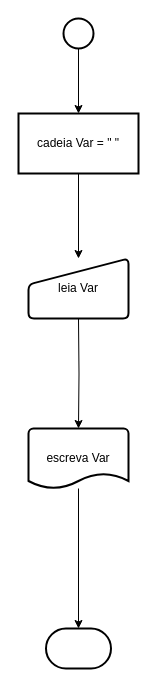
rafaelengineer/Curso_Logica_Acc keeps this draw.io diagram as Ex.1.drawio. Above is the earlier version. Source tidied: cells renumbered, new cells numbered last; positions are measured from the earlier drawing's top-left corner, leaving out a move shared by most shapes. Both pictures are drawn from the tidied source at 100%, with x=0, y=0 at pixel (18, 18).
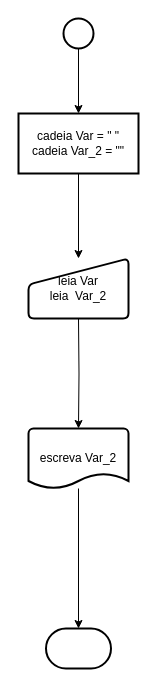
The same page after the edit.

Change to the diagram source:
```diff
@@
 <mxGraphModel>
   <root>
     <mxCell id="0" />
     <mxCell id="1" parent="0" />
     <mxCell id="2" style="edgeStyle=orthogonalEdgeStyle;rounded=0;jettySize=auto;html=1;" parent="1" edge="1" source="3" target="9">
       <mxGeometry relative="1" as="geometry" />
     </mxCell>
     <mxCell id="3" style="strokeWidth=2;html=1;shape=mxgraph.flowchart.start_2;whiteSpace=wrap;" parent="1" vertex="1">
       <mxGeometry x="45" width="30" height="30" as="geometry" />
     </mxCell>
     <mxCell id="4" style="strokeWidth=2;html=1;shape=mxgraph.flowchart.terminator;whiteSpace=wrap;" parent="1" vertex="1">
       <mxGeometry x="27.5" y="610" width="65" height="40" as="geometry" />
     </mxCell>
-    <mxCell id="5" value="escreva Var" style="strokeWidth=2;html=1;shape=mxgraph.flowchart.document2;whiteSpace=wrap;size=0.25;" parent="1" vertex="1">
+    <mxCell id="5" value="escreva Var_2" style="strokeWidth=2;html=1;shape=mxgraph.flowchart.document2;whiteSpace=wrap;size=0.25;" parent="1" vertex="1">
       <mxGeometry x="10" y="410" width="100" height="60" as="geometry" />
     </mxCell>
     <mxCell id="6" style="edgeStyle=orthogonalEdgeStyle;rounded=0;jettySize=auto;html=1;entryX=0.5;entryY=0;entryDx=0;entryDy=0;entryPerimeter=0;" parent="1" edge="1" target="5">
       <mxGeometry relative="1" as="geometry">
         <mxPoint x="60" y="300" as="sourcePoint" />
       </mxGeometry>
     </mxCell>
     <mxCell id="7" style="edgeStyle=orthogonalEdgeStyle;rounded=0;jettySize=auto;html=1;entryX=0.5;entryY=0;entryDx=0;entryDy=0;entryPerimeter=0;" parent="1" edge="1" source="5" target="4">
       <mxGeometry relative="1" as="geometry" />
     </mxCell>
     <mxCell id="8" style="edgeStyle=orthogonalEdgeStyle;rounded=0;jettySize=auto;html=1;" parent="1" edge="1" source="9" target="10">
       <mxGeometry relative="1" as="geometry" />
     </mxCell>
-    <mxCell id="9" value="cadeia Var = &quot; &quot;" style="whiteSpace=wrap;html=1;strokeWidth=2;" parent="1" vertex="1">
+    <mxCell id="9" value="cadeia Var = &quot; &quot;&lt;br&gt;cadeia Var_2 = &quot;&quot;" style="whiteSpace=wrap;html=1;strokeWidth=2;" parent="1" vertex="1">
       <mxGeometry y="95" width="120" height="60" as="geometry" />
     </mxCell>
-    <mxCell id="10" value="leia Var" style="html=1;strokeWidth=2;shape=manualInput;whiteSpace=wrap;rounded=1;size=26;arcSize=11;" parent="1" vertex="1">
+    <mxCell id="10" value="leia Var&lt;br&gt;leia&amp;nbsp; Var_2" style="html=1;strokeWidth=2;shape=manualInput;whiteSpace=wrap;rounded=1;size=26;arcSize=11;" parent="1" vertex="1">
       <mxGeometry x="10" y="240" width="100" height="60" as="geometry" />
     </mxCell>
   </root>
 </mxGraphModel>
```
